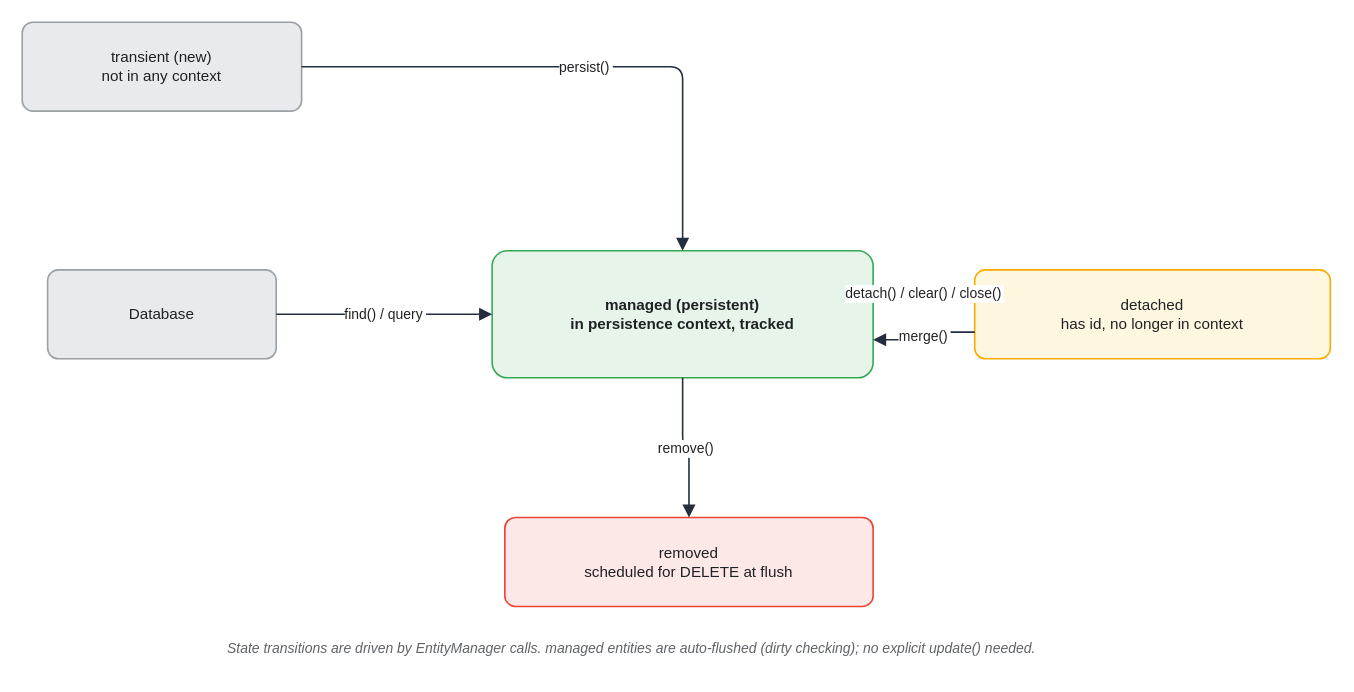
Before: assets/img/spring/spring-16-entity-states.drawio in KKamJi98/kkamji98.github.io, a draw.io diagram. Source tidied: cells renumbered, new cells numbered last; positions are measured from the earlier drawing's top-left corner, leaving out a move shared by most shapes. Both pictures are drawn from the tidied source at 127%, with x=0, y=0 at pixel (22, 22).
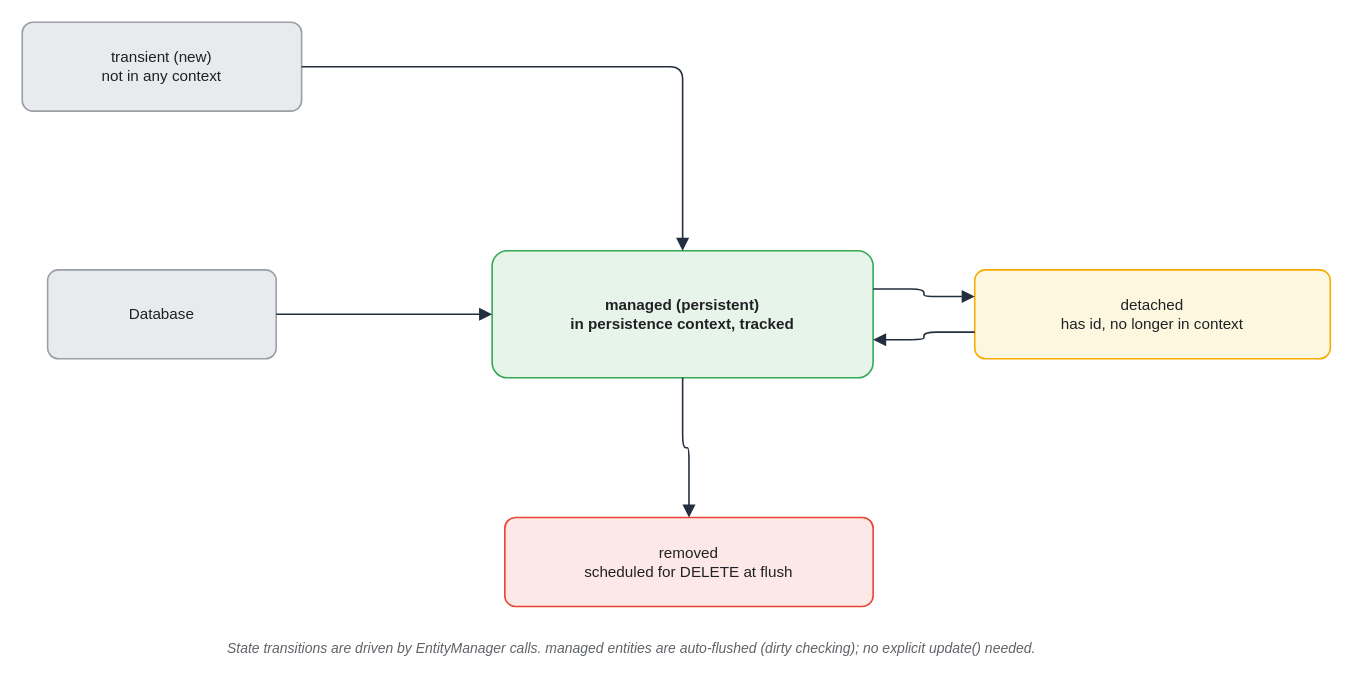
After the change.

Change to the diagram source:
```diff
@@
 <mxGraphModel background="#FFFFFF">
   <root>
     <mxCell id="0" />
     <mxCell id="1" parent="0" />
     <mxCell id="2" value="transient (new)&#10;not in any context" style="rounded=1;whiteSpace=wrap;html=0;arcSize=12;shadow=0;fillColor=#E8EAED;strokeColor=#9AA0A6;fontColor=#202124;strokeWidth=1.25;" parent="1" vertex="1">
       <mxGeometry width="220" height="70" as="geometry" />
     </mxCell>
     <mxCell id="3" value="Database" style="rounded=1;whiteSpace=wrap;html=0;arcSize=12;shadow=0;fillColor=#E8EAED;strokeColor=#9AA0A6;fontColor=#202124;strokeWidth=1.25;" parent="1" vertex="1">
       <mxGeometry x="20" y="195" width="180" height="70" as="geometry" />
     </mxCell>
     <mxCell id="4" value="managed (persistent)&#10;in persistence context, tracked" style="rounded=1;whiteSpace=wrap;html=0;arcSize=12;shadow=0;fillColor=#E6F4EA;strokeColor=#34A853;fontColor=#202124;fontStyle=1;strokeWidth=1.25;" parent="1" vertex="1">
       <mxGeometry x="370" y="180" width="300" height="100" as="geometry" />
     </mxCell>
     <mxCell id="5" value="detached&#10;has id, no longer in context" style="rounded=1;whiteSpace=wrap;html=0;arcSize=12;shadow=0;fillColor=#FEF7E0;strokeColor=#F9AB00;fontColor=#202124;strokeWidth=1.25;" parent="1" vertex="1">
       <mxGeometry x="750" y="195" width="280" height="70" as="geometry" />
     </mxCell>
     <mxCell id="6" value="removed&#10;scheduled for DELETE at flush" style="rounded=1;whiteSpace=wrap;html=0;arcSize=12;shadow=0;fillColor=#FCE8E6;strokeColor=#EA4335;fontColor=#202124;strokeWidth=1.25;" parent="1" vertex="1">
       <mxGeometry x="380" y="390" width="290" height="70" as="geometry" />
     </mxCell>
-    <mxCell id="7" value="persist()" style="edgeStyle=orthogonalEdgeStyle;rounded=1;html=0;endArrow=block;strokeColor=#232F3E;fontColor=#202124;labelBackgroundColor=#FFFFFF;strokeWidth=1.25;endSize=7;" parent="1" edge="1" source="2" target="4">
+    <mxCell id="7" style="edgeStyle=orthogonalEdgeStyle;rounded=1;html=0;endArrow=block;strokeColor=#232F3E;fontColor=#202124;labelBackgroundColor=none;strokeWidth=1.25;endSize=7;" parent="1" edge="1" source="2" target="4">
       <mxGeometry relative="1" as="geometry" />
     </mxCell>
-    <mxCell id="8" value="find() / query" style="edgeStyle=orthogonalEdgeStyle;rounded=1;html=0;endArrow=block;strokeColor=#232F3E;fontColor=#202124;labelBackgroundColor=#FFFFFF;strokeWidth=1.25;endSize=7;" parent="1" edge="1" source="3" target="4">
+    <mxCell id="8" style="edgeStyle=orthogonalEdgeStyle;rounded=1;html=0;endArrow=block;strokeColor=#232F3E;fontColor=#202124;labelBackgroundColor=none;strokeWidth=1.25;endSize=7;" parent="1" edge="1" source="3" target="4">
       <mxGeometry relative="1" as="geometry" />
     </mxCell>
-    <mxCell id="9" value="detach() / clear() / close()" style="edgeStyle=orthogonalEdgeStyle;rounded=1;html=0;endArrow=block;strokeColor=#232F3E;fontColor=#202124;labelBackgroundColor=#FFFFFF;exitX=1;exitY=0.3;exitDx=0;exitDy=0;entryX=0;entryY=0.3;entryDx=0;entryDy=0;strokeWidth=1.25;endSize=7;" parent="1" edge="1" source="4" target="5">
+    <mxCell id="9" style="edgeStyle=orthogonalEdgeStyle;rounded=1;html=0;endArrow=block;strokeColor=#232F3E;fontColor=#202124;labelBackgroundColor=none;exitX=1;exitY=0.3;exitDx=0;exitDy=0;entryX=0;entryY=0.3;entryDx=0;entryDy=0;strokeWidth=1.25;endSize=7;" parent="1" edge="1" source="4" target="5">
       <mxGeometry relative="1" as="geometry" />
     </mxCell>
-    <mxCell id="10" value="merge()" style="edgeStyle=orthogonalEdgeStyle;rounded=1;html=0;endArrow=block;strokeColor=#232F3E;fontColor=#202124;labelBackgroundColor=#FFFFFF;exitX=0;exitY=0.7;exitDx=0;exitDy=0;entryX=1;entryY=0.7;entryDx=0;entryDy=0;strokeWidth=1.25;endSize=7;" parent="1" edge="1" source="5" target="4">
+    <mxCell id="10" style="edgeStyle=orthogonalEdgeStyle;rounded=1;html=0;endArrow=block;strokeColor=#232F3E;fontColor=#202124;labelBackgroundColor=none;exitX=0;exitY=0.7;exitDx=0;exitDy=0;entryX=1;entryY=0.7;entryDx=0;entryDy=0;strokeWidth=1.25;endSize=7;" parent="1" edge="1" source="5" target="4">
       <mxGeometry relative="1" as="geometry" />
     </mxCell>
-    <mxCell id="11" value="remove()" style="edgeStyle=orthogonalEdgeStyle;rounded=1;html=0;endArrow=block;strokeColor=#232F3E;fontColor=#202124;labelBackgroundColor=#FFFFFF;strokeWidth=1.25;endSize=7;" parent="1" edge="1" source="4" target="6">
+    <mxCell id="11" style="edgeStyle=orthogonalEdgeStyle;rounded=1;html=0;endArrow=block;strokeColor=#232F3E;fontColor=#202124;labelBackgroundColor=none;strokeWidth=1.25;endSize=7;" parent="1" edge="1" source="4" target="6">
       <mxGeometry relative="1" as="geometry" />
     </mxCell>
     <mxCell id="12" value="State transitions are driven by EntityManager calls. managed entities are auto-flushed (dirty checking); no explicit update() needed." style="text;html=0;align=center;verticalAlign=middle;whiteSpace=wrap;fontSize=11;fontColor=#5F6368;fontStyle=2;" parent="1" vertex="1">
       <mxGeometry y="475" width="960" height="35" as="geometry" />
     </mxCell>
   </root>
 </mxGraphModel>
```
